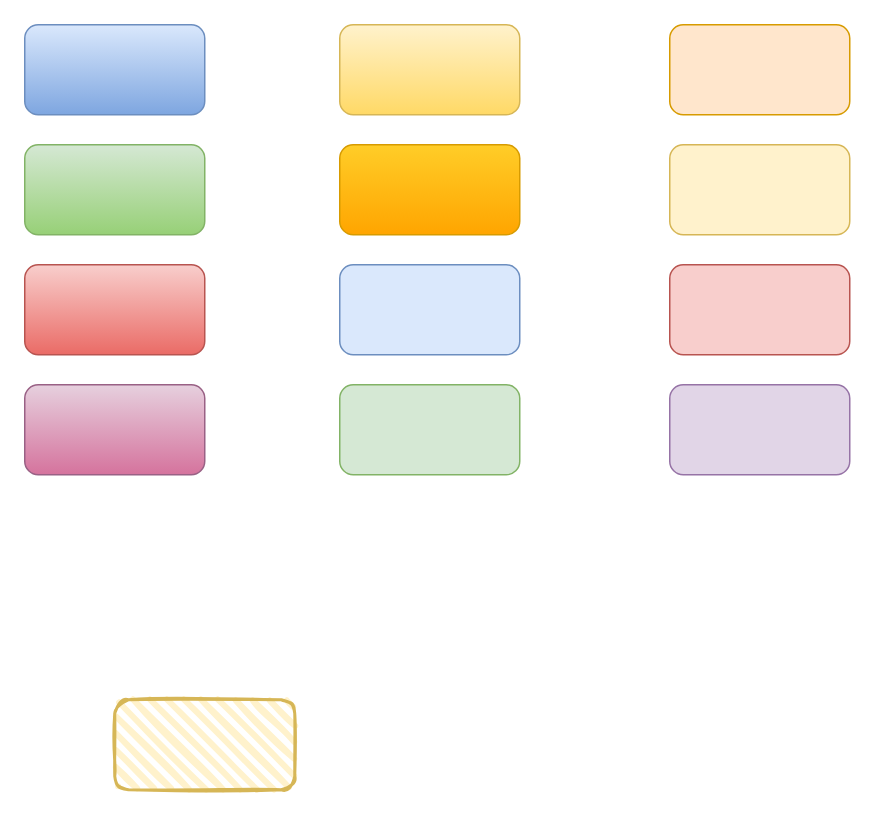
The draw.io diagram 测试.drawio in wangxiaokun/mypic, before the edit. Source tidied: cells renumbered, new cells numbered last; positions are measured from the earlier drawing's top-left corner, leaving out a move shared by most shapes. Both pictures are drawn from the tidied source at 150%, with x=0, y=0 at pixel (24, 24).
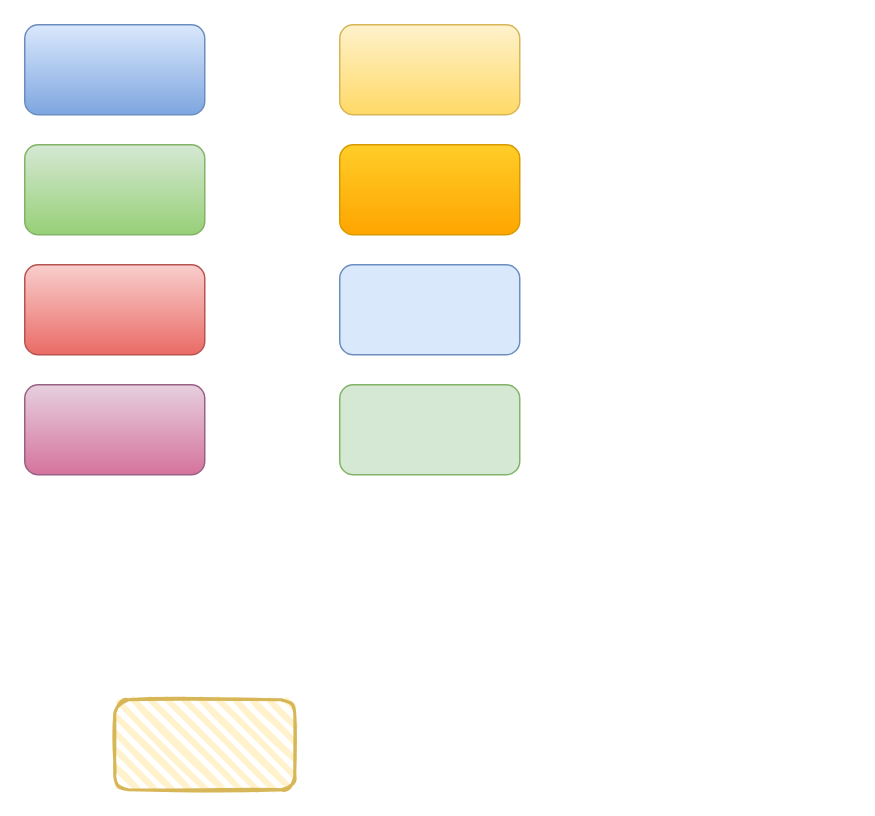
Above is the later version.

Change to the diagram source:
```diff
@@
 <mxGraphModel>
   <root>
     <mxCell id="0" />
     <mxCell id="1" parent="0" />
     <mxCell id="2" style="rounded=1;whiteSpace=wrap;html=1;fillColor=#dae8fc;gradientColor=#7ea6e0;strokeColor=#6c8ebf;" parent="1" vertex="1">
       <mxGeometry width="120" height="60" as="geometry" />
     </mxCell>
     <mxCell id="3" style="rounded=1;whiteSpace=wrap;html=1;fillColor=#fff2cc;gradientColor=#ffd966;strokeColor=#d6b656;" parent="1" vertex="1">
       <mxGeometry x="210" width="120" height="60" as="geometry" />
     </mxCell>
     <mxCell id="4" style="rounded=1;whiteSpace=wrap;html=1;fillColor=#d5e8d4;gradientColor=#97d077;strokeColor=#82b366;" parent="1" vertex="1">
       <mxGeometry y="80" width="120" height="60" as="geometry" />
     </mxCell>
     <mxCell id="5" style="rounded=1;whiteSpace=wrap;html=1;fillColor=#e6d0de;gradientColor=#d5739d;strokeColor=#996185;" parent="1" vertex="1">
       <mxGeometry y="240" width="120" height="60" as="geometry" />
     </mxCell>
     <mxCell id="6" style="rounded=1;whiteSpace=wrap;html=1;fillColor=#f8cecc;gradientColor=#ea6b66;strokeColor=#b85450;" parent="1" vertex="1">
       <mxGeometry y="160" width="120" height="60" as="geometry" />
     </mxCell>
     <mxCell id="7" style="rounded=1;whiteSpace=wrap;html=1;fillColor=#ffcd28;gradientColor=#ffa500;strokeColor=#d79b00;" parent="1" vertex="1">
       <mxGeometry x="210" y="80" width="120" height="60" as="geometry" />
     </mxCell>
     <mxCell id="8" style="rounded=1;whiteSpace=wrap;html=1;fillColor=#dae8fc;strokeColor=#6c8ebf;" parent="1" vertex="1">
       <mxGeometry x="210" y="160" width="120" height="60" as="geometry" />
     </mxCell>
     <mxCell id="9" style="rounded=1;whiteSpace=wrap;html=1;fillColor=#d5e8d4;strokeColor=#82b366;" parent="1" vertex="1">
       <mxGeometry x="210" y="240" width="120" height="60" as="geometry" />
     </mxCell>
-    <mxCell id="10" style="rounded=1;whiteSpace=wrap;html=1;fillColor=#ffe6cc;strokeColor=#d79b00;" parent="1" vertex="1">
-      <mxGeometry x="430" width="120" height="60" as="geometry" />
-    </mxCell>
-    <mxCell id="11" style="rounded=1;whiteSpace=wrap;html=1;fillColor=#fff2cc;strokeColor=#d6b656;" parent="1" vertex="1">
-      <mxGeometry x="430" y="80" width="120" height="60" as="geometry" />
-    </mxCell>
-    <mxCell id="12" style="rounded=1;whiteSpace=wrap;html=1;fillColor=#f8cecc;strokeColor=#b85450;" parent="1" vertex="1">
-      <mxGeometry x="430" y="160" width="120" height="60" as="geometry" />
-    </mxCell>
-    <mxCell id="13" style="rounded=1;whiteSpace=wrap;html=1;fillColor=#e1d5e7;strokeColor=#9673a6;" parent="1" vertex="1">
-      <mxGeometry x="430" y="240" width="120" height="60" as="geometry" />
-    </mxCell>
     <mxCell id="14" style="rounded=1;whiteSpace=wrap;html=1;strokeWidth=2;fillWeight=4;hachureGap=8;hachureAngle=45;fillColor=#fff2cc;sketch=1;strokeColor=#d6b656;" parent="1" vertex="1">
       <mxGeometry x="60" y="450" width="120" height="60" as="geometry" />
     </mxCell>
   </root>
 </mxGraphModel>
```
